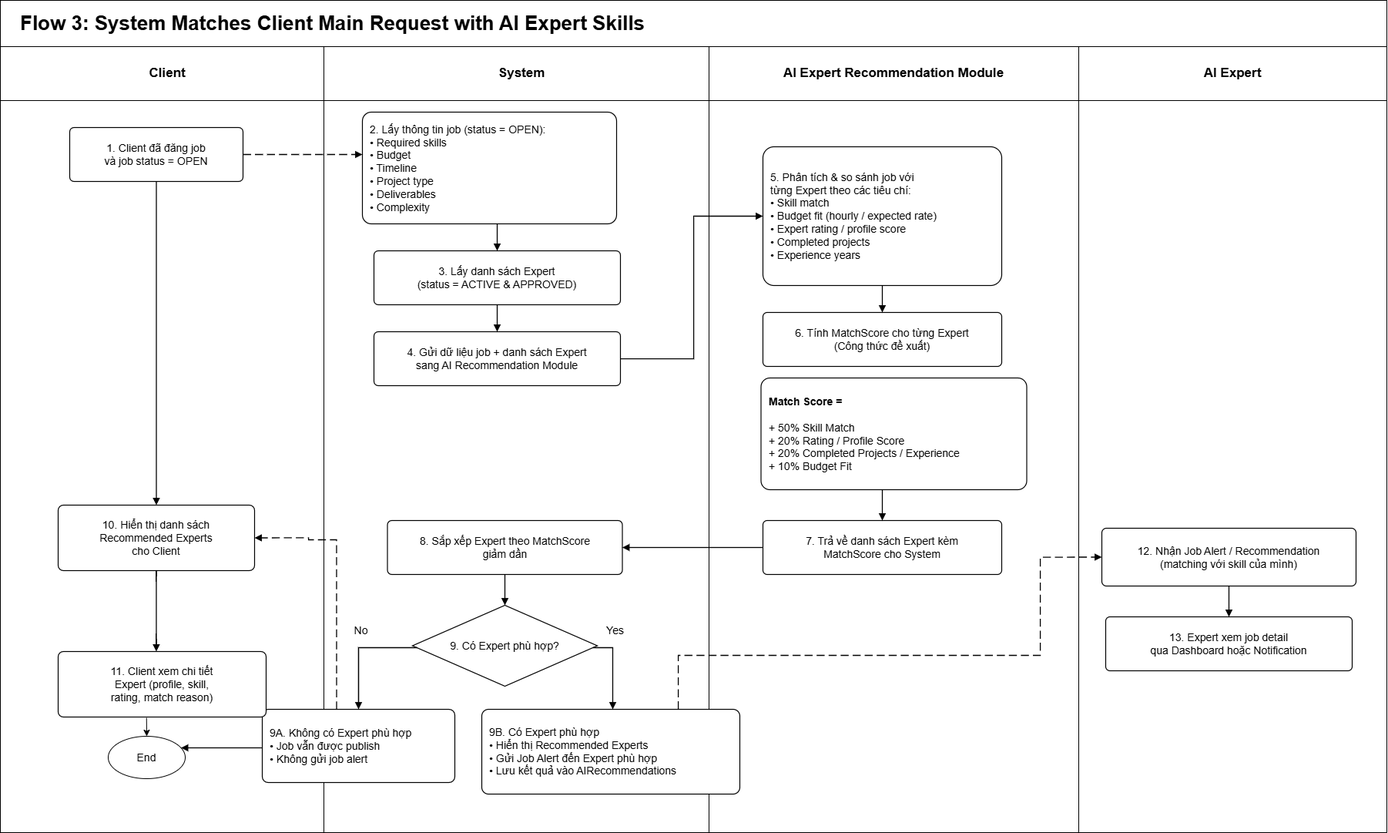
Above: Document AiTasker/MainFlow/flow3_ai_expert_recommendation.drawio.png in khoabuck/AI-Tasker (draw.io), before the change. Source tidied: cells renumbered, new cells last; positions are measured from the earlier drawing's top-left corner, leaving out a move shared by most shapes.
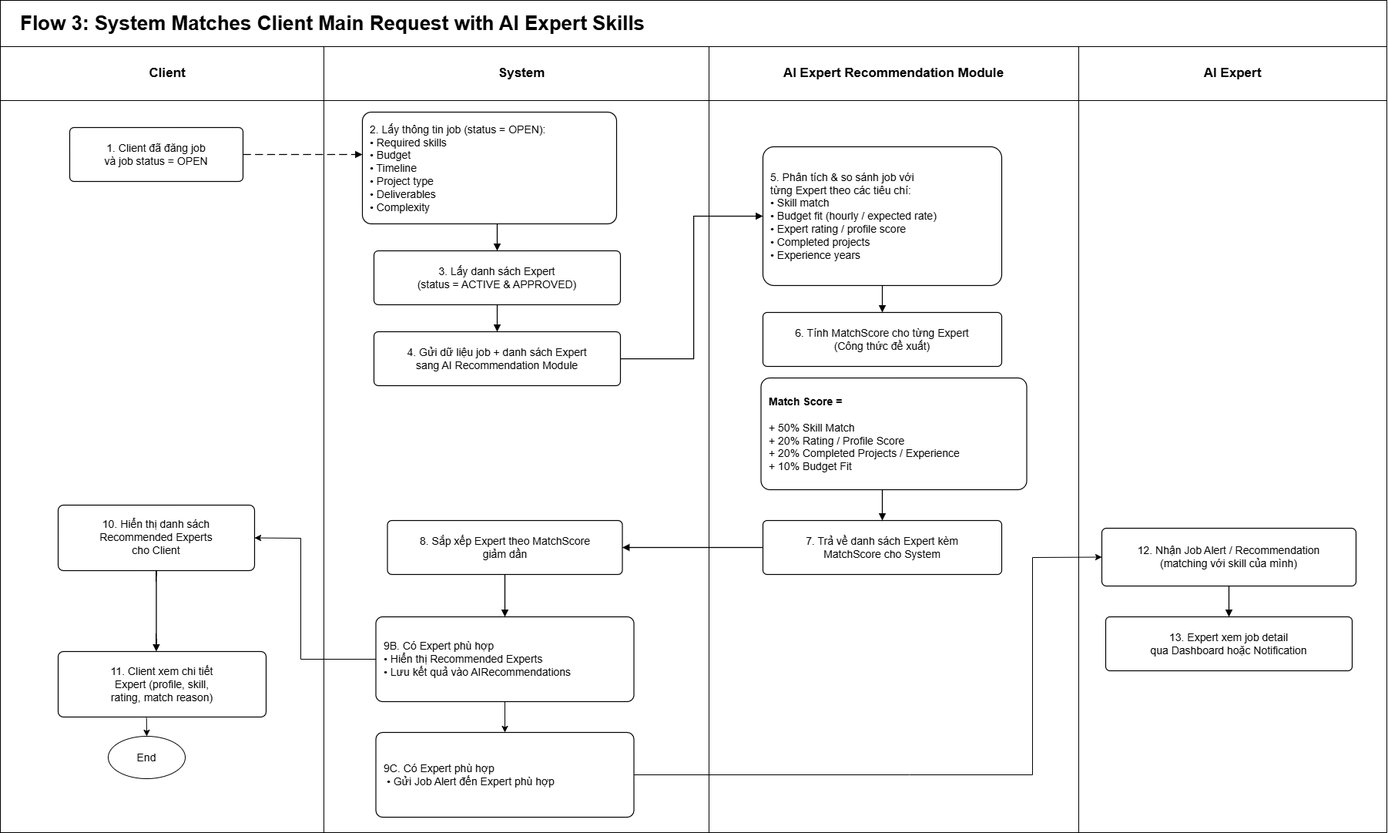
After the change.

What changed in the source:
```diff
@@ -5,18 +5,18 @@
     <mxCell id="2" value="Flow 3: System Matches Client Main Request with AI Expert Skills" style="rounded=0;whiteSpace=wrap;html=1;fontStyle=1;fontSize=26;align=left;spacingLeft=24;labelBackgroundColor=none;" parent="1" vertex="1">
       <mxGeometry width="1800" height="60" as="geometry" />
     </mxCell>
-    <mxCell id="3" style="rounded=0;whiteSpace=wrap;html=1;labelBackgroundColor=none;" parent="1" vertex="1">
-      <mxGeometry y="120" width="420" height="960" as="geometry" />
-    </mxCell>
-    <mxCell id="4" style="rounded=0;whiteSpace=wrap;html=1;labelBackgroundColor=none;" parent="1" vertex="1">
-      <mxGeometry x="420" y="60" width="500" height="1020" as="geometry" />
-    </mxCell>
-    <mxCell id="5" style="rounded=0;whiteSpace=wrap;html=1;labelBackgroundColor=none;" parent="1" vertex="1">
-      <mxGeometry x="920" y="60" width="480" height="1020" as="geometry" />
-    </mxCell>
-    <mxCell id="6" style="rounded=0;whiteSpace=wrap;html=1;labelBackgroundColor=none;" parent="1" vertex="1">
-      <mxGeometry x="1400" y="60" width="400" height="1020" as="geometry" />
-    </mxCell>
+    <mxCell id="47" style="rounded=0;whiteSpace=wrap;html=1;labelBackgroundColor=none;" parent="1" vertex="1">
+      <mxGeometry y="120" width="420" height="960" as="geometry" />
+    </mxCell>
+    <mxCell id="48" style="rounded=0;whiteSpace=wrap;html=1;labelBackgroundColor=none;" parent="1" vertex="1">
+      <mxGeometry x="420" y="60" width="500" height="1020" as="geometry" />
+    </mxCell>
+    <mxCell id="49" style="rounded=0;whiteSpace=wrap;html=1;labelBackgroundColor=none;" parent="1" vertex="1">
+      <mxGeometry x="920" y="60" width="480" height="1020" as="geometry" />
+    </mxCell>
+    <mxCell id="50" style="rounded=0;whiteSpace=wrap;html=1;labelBackgroundColor=none;" parent="1" vertex="1">
+      <mxGeometry x="1400" y="60" width="400" height="1020" as="geometry" />
+    </mxCell>
     <mxCell id="7" value="&amp;nbsp; &amp;nbsp;Client" style="rounded=0;whiteSpace=wrap;html=1;fontStyle=1;fontSize=17;align=center;verticalAlign=middle;labelBackgroundColor=none;" parent="1" vertex="1">
       <mxGeometry y="60" width="420" height="70" as="geometry" />
     </mxCell>
@@ -56,21 +56,9 @@
     <mxCell id="19" value="8. Sắp xếp Expert theo MatchScore&lt;br&gt;giảm dần" style="rounded=1;whiteSpace=wrap;html=1;arcSize=8;fontSize=14;spacing=8;align=center;verticalAlign=middle;strokeWidth=1.2;labelBackgroundColor=none;" parent="1" vertex="1">
       <mxGeometry x="502.5" y="675" width="305" height="70" as="geometry" />
     </mxCell>
-    <mxCell id="20" value="9. Có Expert phù hợp?" style="rhombus;whiteSpace=wrap;html=1;fontSize=14;align=center;verticalAlign=middle;strokeWidth=1.2;labelBackgroundColor=none;" parent="1" vertex="1">
-      <mxGeometry x="535" y="785" width="240" height="105" as="geometry" />
-    </mxCell>
-    <mxCell id="21" value="No" style="text;html=1;strokeColor=none;fillColor=none;fontSize=14;align=center;verticalAlign=middle;labelBackgroundColor=none;" parent="1" vertex="1">
-      <mxGeometry x="445" y="805" width="45" height="25" as="geometry" />
-    </mxCell>
-    <mxCell id="22" value="Yes" style="text;html=1;strokeColor=none;fillColor=none;fontSize=14;align=center;verticalAlign=middle;labelBackgroundColor=none;" parent="1" vertex="1">
-      <mxGeometry x="770" y="805" width="55" height="25" as="geometry" />
-    </mxCell>
-    <mxCell id="23" value="9A. Không có Expert phù hợp&lt;br&gt;• Job vẫn được publish&lt;br&gt;• Không gửi job alert" style="rounded=1;whiteSpace=wrap;html=1;arcSize=8;fontSize=14;spacing=10;align=left;verticalAlign=middle;strokeWidth=1.2;labelBackgroundColor=none;" parent="1" vertex="1">
-      <mxGeometry x="340" y="920" width="250" height="95" as="geometry" />
-    </mxCell>
-    <mxCell id="24" value="9B. Có Expert phù hợp&lt;br&gt;• Hiển thị Recommended Experts&lt;br&gt;• Gửi Job Alert đến Expert phù hợp&lt;br&gt;• Lưu kết quả vào AIRecommendations" style="rounded=1;whiteSpace=wrap;html=1;arcSize=8;fontSize=14;spacing=10;align=left;verticalAlign=middle;strokeWidth=1.2;labelBackgroundColor=none;" parent="1" vertex="1">
-      <mxGeometry x="625" y="920" width="335" height="110" as="geometry" />
-    </mxCell>
+    <mxCell id="51" value="9B. Có Expert phù hợp&lt;br&gt;• Hiển thị Recommended Experts&lt;br&gt;• Lưu kết quả vào AIRecommendations" style="rounded=1;whiteSpace=wrap;html=1;arcSize=8;fontSize=14;spacing=10;align=left;verticalAlign=middle;strokeWidth=1.2;labelBackgroundColor=none;" parent="1" vertex="1">
+      <mxGeometry x="487.5" y="800" width="335" height="110" as="geometry" />
+    </mxCell>
     <mxCell id="25" value="10. Hiển thị danh sách&lt;br&gt;Recommended Experts&lt;br&gt;cho Client" style="rounded=1;whiteSpace=wrap;html=1;arcSize=8;fontSize=14;spacing=8;align=center;verticalAlign=middle;strokeWidth=1.2;labelBackgroundColor=none;" parent="1" vertex="1">
       <mxGeometry x="75" y="655" width="255" height="85" as="geometry" />
     </mxCell>
@@ -94,9 +82,6 @@
         </Array>
       </mxGeometry>
     </mxCell>
-    <mxCell id="31" style="edgeStyle=orthogonalEdgeStyle;rounded=0;jettySize=auto;html=1;endArrow=block;endFill=1;strokeWidth=1.3;labelBackgroundColor=none;fontColor=default;" parent="1" edge="1" source="11" target="25">
-      <mxGeometry relative="1" as="geometry" />
-    </mxCell>
     <mxCell id="32" style="edgeStyle=orthogonalEdgeStyle;rounded=0;jettySize=auto;html=1;endArrow=block;endFill=1;strokeWidth=1.3;labelBackgroundColor=none;fontColor=default;" parent="1" edge="1" source="12" target="13">
       <mxGeometry relative="1" as="geometry">
         <Array as="points">
@@ -135,51 +120,9 @@
         </Array>
       </mxGeometry>
     </mxCell>
-    <mxCell id="38" style="edgeStyle=orthogonalEdgeStyle;rounded=0;jettySize=auto;html=1;endArrow=block;endFill=1;strokeWidth=1.3;labelBackgroundColor=none;fontColor=default;" parent="1" edge="1" source="19" target="20">
-      <mxGeometry relative="1" as="geometry" />
-    </mxCell>
-    <mxCell id="39" style="edgeStyle=orthogonalEdgeStyle;rounded=0;jettySize=auto;html=1;endArrow=block;endFill=1;strokeWidth=1.3;labelBackgroundColor=none;fontColor=default;" parent="1" edge="1" source="20" target="23">
-      <mxGeometry relative="1" as="geometry">
-        <Array as="points">
-          <mxPoint x="465" y="840" />
-          <mxPoint x="465" y="920" />
-        </Array>
-      </mxGeometry>
-    </mxCell>
-    <mxCell id="40" style="edgeStyle=orthogonalEdgeStyle;rounded=0;jettySize=auto;html=1;endArrow=block;endFill=1;strokeWidth=1.3;labelBackgroundColor=none;fontColor=default;" parent="1" edge="1" source="20" target="24">
-      <mxGeometry relative="1" as="geometry">
-        <Array as="points">
-          <mxPoint x="795" y="840" />
-          <mxPoint x="795" y="920" />
-        </Array>
-      </mxGeometry>
-    </mxCell>
-    <mxCell id="41" style="edgeStyle=orthogonalEdgeStyle;rounded=0;jettySize=auto;html=1;endArrow=block;endFill=1;strokeWidth=1.3;labelBackgroundColor=none;fontColor=default;" parent="1" edge="1" source="23" target="27">
-      <mxGeometry relative="1" as="geometry">
-        <Array as="points">
-          <mxPoint x="300" y="970" />
-          <mxPoint x="240" y="970" />
-        </Array>
-      </mxGeometry>
-    </mxCell>
-    <mxCell id="42" style="edgeStyle=orthogonalEdgeStyle;rounded=0;jettySize=auto;html=1;endArrow=block;endFill=1;strokeWidth=1.3;dashed=1;dashPattern=8 4;exitX=0.386;exitY=0.002;exitDx=0;exitDy=0;entryX=1;entryY=0.5;entryDx=0;entryDy=0;exitPerimeter=0;labelBackgroundColor=none;fontColor=default;" parent="1" edge="1" source="23" target="25">
-      <mxGeometry relative="1" as="geometry">
-        <Array as="points">
-          <mxPoint x="437" y="700" />
-          <mxPoint x="400" y="700" />
-          <mxPoint x="400" y="697" />
-        </Array>
-      </mxGeometry>
-    </mxCell>
-    <mxCell id="43" style="edgeStyle=orthogonalEdgeStyle;rounded=0;jettySize=auto;html=1;endArrow=block;endFill=1;strokeWidth=1.3;dashed=1;dashPattern=8 4;entryX=0;entryY=0.5;entryDx=0;entryDy=0;labelBackgroundColor=none;fontColor=default;" parent="1" edge="1" source="24" target="28">
-      <mxGeometry relative="1" as="geometry">
-        <Array as="points">
-          <mxPoint x="880" y="850" />
-          <mxPoint x="1350" y="850" />
-          <mxPoint x="1350" y="723" />
-        </Array>
-      </mxGeometry>
-    </mxCell>
+    <mxCell id="52" style="edgeStyle=orthogonalEdgeStyle;rounded=0;jettySize=auto;html=1;endArrow=block;endFill=1;strokeWidth=1.3;labelBackgroundColor=none;fontColor=default;entryX=0.5;entryY=0;entryDx=0;entryDy=0;" parent="1" edge="1" source="19" target="51">
+      <mxGeometry relative="1" as="geometry" />
+    </mxCell>
     <mxCell id="44" style="edgeStyle=orthogonalEdgeStyle;rounded=0;jettySize=auto;html=1;endArrow=block;endFill=1;strokeWidth=1.3;labelBackgroundColor=none;fontColor=default;" parent="1" edge="1" source="25" target="26">
       <mxGeometry relative="1" as="geometry">
         <Array as="points">
@@ -194,5 +137,30 @@
     <mxCell id="46" style="endArrow=classic;html=1;rounded=0;entryX=0.5;entryY=0;entryDx=0;entryDy=0;exitX=0.425;exitY=1.013;exitDx=0;exitDy=0;exitPerimeter=0;labelBackgroundColor=none;fontColor=default;" parent="1" edge="1" source="26" target="27">
       <mxGeometry relative="1" as="geometry" />
     </mxCell>
+    <mxCell id="53" value="9C. Có Expert phù hợp&lt;br&gt;&amp;nbsp;• Gửi Job Alert đến Expert phù hợp" style="rounded=1;whiteSpace=wrap;html=1;arcSize=8;fontSize=14;spacing=10;align=left;verticalAlign=middle;strokeWidth=1.2;labelBackgroundColor=none;" parent="1" vertex="1">
+      <mxGeometry x="487.5" y="950" width="335" height="110" as="geometry" />
+    </mxCell>
+    <mxCell id="54" style="endArrow=classic;html=1;rounded=0;exitX=0.5;exitY=1;exitDx=0;exitDy=0;" parent="1" edge="1" source="51">
+      <mxGeometry relative="1" as="geometry">
+        <mxPoint x="655" y="950" as="targetPoint" />
+      </mxGeometry>
+    </mxCell>
+    <mxCell id="55" style="endArrow=classic;html=1;rounded=0;entryX=1;entryY=0.5;entryDx=0;entryDy=0;exitX=0;exitY=0.5;exitDx=0;exitDy=0;" parent="1" edge="1" source="51" target="25">
+      <mxGeometry relative="1" as="geometry">
+        <Array as="points">
+          <mxPoint x="390" y="855" />
+          <mxPoint x="390" y="698" />
+        </Array>
+      </mxGeometry>
+    </mxCell>
+    <mxCell id="56" style="endArrow=classic;html=1;rounded=0;entryX=0;entryY=0.5;entryDx=0;entryDy=0;exitX=1;exitY=0.5;exitDx=0;exitDy=0;" parent="1" edge="1" source="53" target="28">
+      <mxGeometry relative="1" as="geometry">
+        <Array as="points">
+          <mxPoint x="1180" y="1005" />
+          <mxPoint x="1340" y="1005" />
+          <mxPoint x="1340" y="723" />
+        </Array>
+      </mxGeometry>
+    </mxCell>
   </root>
 </mxGraphModel>
```
